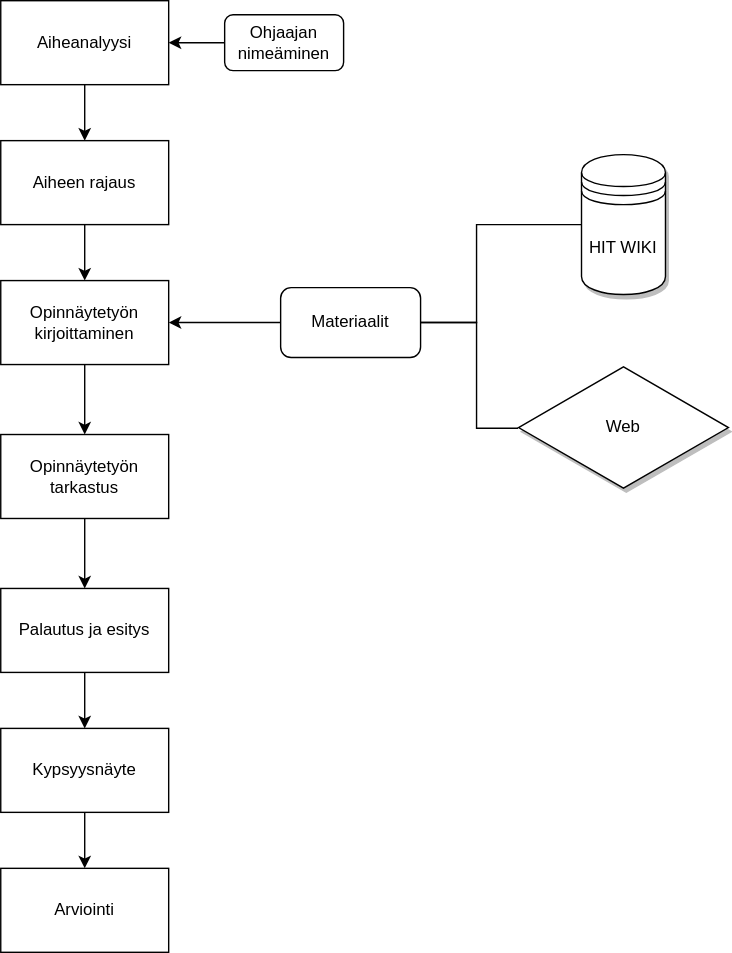
hirsmaki/oppari keeps this draw.io diagram as oppari_process.svg. Above is the earlier version. Source tidied: cells renumbered, new cells last; positions are measured from the earlier drawing's top-left corner, leaving out a move shared by most shapes.
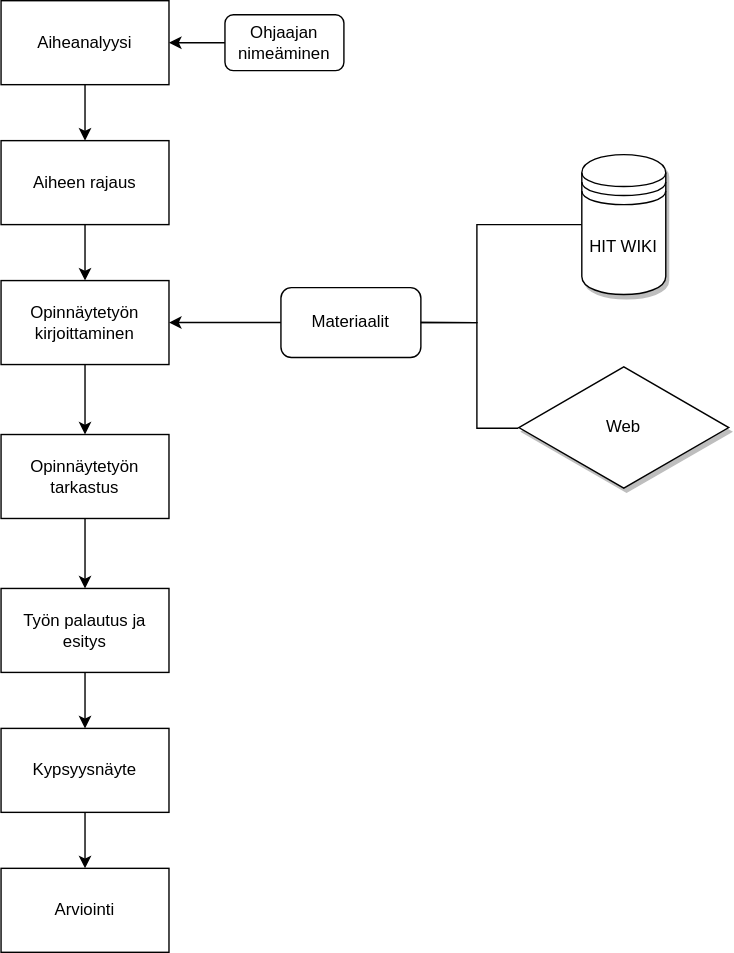
Above is the later version.

Diff of the diagram source:
```diff
@@ -64,7 +64,7 @@
     <mxCell id="18" style="edgeStyle=orthogonalEdgeStyle;rounded=0;jettySize=auto;html=1;exitX=0.5;exitY=1;exitDx=0;exitDy=0;entryX=0.5;entryY=0;entryDx=0;entryDy=0;endArrow=classic;endFill=1;" parent="1" edge="1" source="19" target="21">
       <mxGeometry relative="1" as="geometry" />
     </mxCell>
-    <mxCell id="19" value="Palautus ja esitys" style="rounded=0;whiteSpace=wrap;html=1;shadow=0;" parent="1" vertex="1">
+    <mxCell id="19" value="Työn palautus ja esitys" style="rounded=0;whiteSpace=wrap;html=1;shadow=0;" parent="1" vertex="1">
       <mxGeometry y="420" width="120" height="60" as="geometry" />
     </mxCell>
     <mxCell id="20" style="edgeStyle=orthogonalEdgeStyle;rounded=0;jettySize=auto;html=1;entryX=0.5;entryY=0;entryDx=0;entryDy=0;endArrow=classic;endFill=1;" parent="1" edge="1" source="21" target="22">
```
